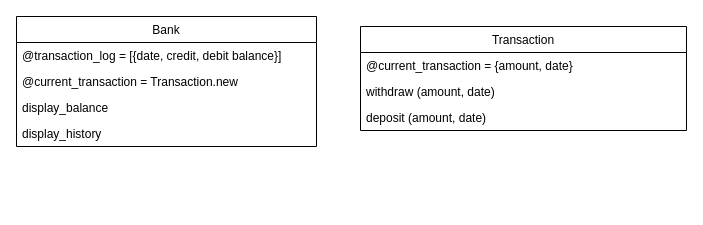
Above: bank.drawio in serenabertozzi/bank-tech-test (draw.io), before the change. Source tidied: cells renumbered, new cells numbered last; positions are measured from the earlier drawing's top-left corner, leaving out a move shared by most shapes. Both pictures are drawn from the tidied source at 100%, with x=0, y=0 at pixel (16, 16).
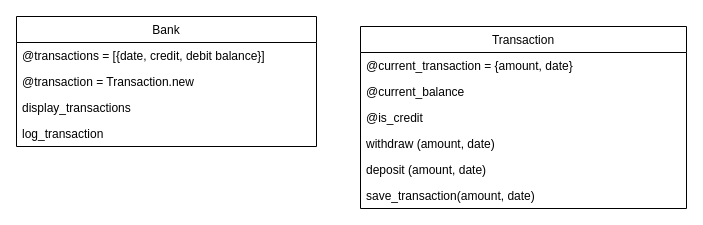
After the change.

Commit message (it also covers changes not shown here):
start Bank class testing

The edit, as a diff of the source:
```diff
@@
 <mxGraphModel>
   <root>
     <mxCell id="0" />
     <mxCell id="1" parent="0" />
     <mxCell id="2" value="Bank" style="swimlane;fontStyle=0;horizontal=1;startSize=26;" parent="1" vertex="1">
       <mxGeometry width="300" height="130" as="geometry" />
     </mxCell>
-    <mxCell id="3" value="@transaction_log = [{date, credit, debit balance}]" style="text;strokeColor=none;fillColor=none;align=left;verticalAlign=top;spacingLeft=4;spacingRight=4;overflow=hidden;" parent="2" vertex="1">
+    <mxCell id="3" value="@transactions = [{date, credit, debit balance}]" style="text;strokeColor=none;fillColor=none;align=left;verticalAlign=top;spacingLeft=4;spacingRight=4;overflow=hidden;" parent="2" vertex="1">
       <mxGeometry y="26" width="300" height="26" as="geometry" />
     </mxCell>
-    <mxCell id="4" value="@current_transaction = Transaction.new" style="text;strokeColor=none;fillColor=none;align=left;verticalAlign=top;spacingLeft=4;spacingRight=4;overflow=hidden;" parent="2" vertex="1">
+    <mxCell id="4" value="@transaction = Transaction.new" style="text;strokeColor=none;fillColor=none;align=left;verticalAlign=top;spacingLeft=4;spacingRight=4;overflow=hidden;" parent="2" vertex="1">
       <mxGeometry y="52" width="300" height="26" as="geometry" />
     </mxCell>
-    <mxCell id="5" value="display_balance" style="text;strokeColor=none;fillColor=none;align=left;verticalAlign=top;spacingLeft=4;spacingRight=4;overflow=hidden;" parent="2" vertex="1">
-      <mxGeometry y="78" width="300" height="26" as="geometry" />
-    </mxCell>
-    <mxCell id="6" value="display_history" style="text;strokeColor=none;fillColor=none;align=left;verticalAlign=top;spacingLeft=4;spacingRight=4;overflow=hidden;" parent="2" vertex="1">
-      <mxGeometry y="104" width="300" height="26" as="geometry" />
+    <mxCell id="6" value="display_transactions" style="text;strokeColor=none;fillColor=none;align=left;verticalAlign=top;spacingLeft=4;spacingRight=4;overflow=hidden;" parent="2" vertex="1">
+      <mxGeometry y="78" width="300" height="26" as="geometry" />
     </mxCell>
+    <mxCell id="11" value="log_transaction" style="text;strokeColor=none;fillColor=none;align=left;verticalAlign=top;spacingLeft=4;spacingRight=4;overflow=hidden;" parent="2" vertex="1">
+      <mxGeometry y="104" width="300" height="26" as="geometry" />
+    </mxCell>
     <mxCell id="7" value="Transaction" style="swimlane;fontStyle=0;horizontal=1;startSize=26;" parent="1" vertex="1">
-      <mxGeometry x="344" y="10" width="326" height="104" as="geometry" />
+      <mxGeometry x="344" y="10" width="326" height="182" as="geometry" />
     </mxCell>
     <mxCell id="8" value="@current_transaction = {amount, date}" style="text;strokeColor=none;fillColor=none;align=left;verticalAlign=top;spacingLeft=4;spacingRight=4;overflow=hidden;" parent="7" vertex="1">
       <mxGeometry y="26" width="326" height="26" as="geometry" />
     </mxCell>
+    <mxCell id="12" value="@current_balance" style="text;strokeColor=none;fillColor=none;align=left;verticalAlign=top;spacingLeft=4;spacingRight=4;overflow=hidden;" parent="7" vertex="1">
+      <mxGeometry y="52" width="326" height="26" as="geometry" />
+    </mxCell>
+    <mxCell id="13" value="@is_credit" style="text;strokeColor=none;fillColor=none;align=left;verticalAlign=top;spacingLeft=4;spacingRight=4;overflow=hidden;" parent="7" vertex="1">
+      <mxGeometry y="78" width="326" height="26" as="geometry" />
+    </mxCell>
     <mxCell id="9" value="withdraw (amount, date)" style="text;strokeColor=none;fillColor=none;align=left;verticalAlign=top;spacingLeft=4;spacingRight=4;overflow=hidden;" parent="7" vertex="1">
-      <mxGeometry y="52" width="326" height="26" as="geometry" />
+      <mxGeometry y="104" width="326" height="26" as="geometry" />
     </mxCell>
     <mxCell id="10" value="deposit (amount, date)" style="text;strokeColor=none;fillColor=none;align=left;verticalAlign=top;spacingLeft=4;spacingRight=4;overflow=hidden;" parent="7" vertex="1">
-      <mxGeometry y="78" width="326" height="26" as="geometry" />
+      <mxGeometry y="130" width="326" height="26" as="geometry" />
     </mxCell>
+    <mxCell id="14" value="save_transaction(amount, date)" style="text;strokeColor=none;fillColor=none;align=left;verticalAlign=top;spacingLeft=4;spacingRight=4;overflow=hidden;" parent="7" vertex="1">
+      <mxGeometry y="156" width="326" height="26" as="geometry" />
+    </mxCell>
   </root>
 </mxGraphModel>
```
